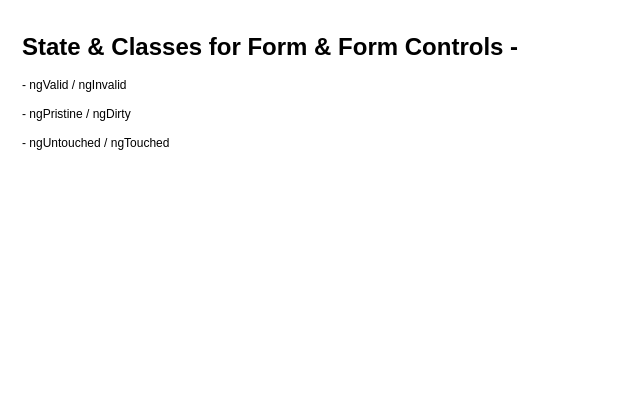
synergy2411/genpact-dec21 keeps this draw.io diagram as page "forms" (7 of 7) of diagrams.drawio. Above is the earlier version. Source tidied: cells renumbered, new cells numbered last; positions are measured from the earlier drawing's top-left corner, leaving out a move shared by most shapes. Both pictures are drawn from the tidied source at 100%, with x=0, y=0 at pixel (17, 27).
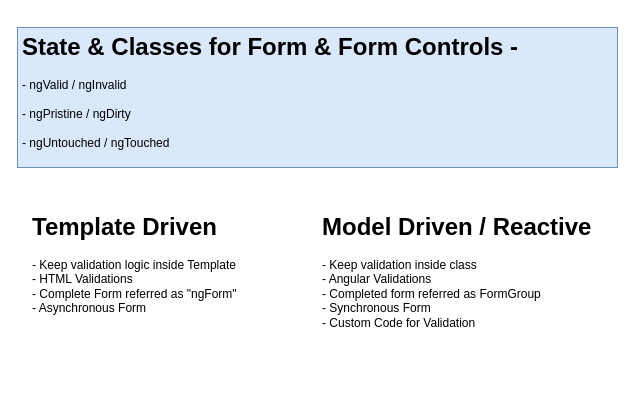
The same diagram, later.

Commit message (it also covers changes not shown here):
model driven form added

Change to the diagram source:
```diff
@@
 <mxGraphModel>
   <root>
     <mxCell id="0" />
     <mxCell id="1" parent="0" />
-    <mxCell id="2" value="&lt;h1&gt;State &amp;amp; Classes for Form &amp;amp; Form Controls -&lt;/h1&gt;&lt;div&gt;- ngValid / ngInvalid&lt;/div&gt;&lt;div&gt;&lt;br&gt;&lt;/div&gt;&lt;div&gt;- ngPristine / ngDirty&lt;/div&gt;&lt;div&gt;&lt;br&gt;&lt;/div&gt;&lt;div&gt;- ngUntouched / ngTouched&lt;/div&gt;" style="text;html=1;strokeColor=none;fillColor=none;spacing=5;spacingTop=-20;whiteSpace=wrap;overflow=hidden;rounded=0;" parent="1" vertex="1">
-      <mxGeometry width="600" height="250" as="geometry" />
+    <mxCell id="2" value="&lt;h1&gt;State &amp;amp; Classes for Form &amp;amp; Form Controls -&lt;/h1&gt;&lt;div&gt;- ngValid / ngInvalid&lt;/div&gt;&lt;div&gt;&lt;br&gt;&lt;/div&gt;&lt;div&gt;- ngPristine / ngDirty&lt;/div&gt;&lt;div&gt;&lt;br&gt;&lt;/div&gt;&lt;div&gt;- ngUntouched / ngTouched&lt;/div&gt;" style="text;html=1;strokeColor=#6c8ebf;fillColor=#dae8fc;spacing=5;spacingTop=-20;whiteSpace=wrap;overflow=hidden;rounded=0;" parent="1" vertex="1">
+      <mxGeometry width="600" height="140" as="geometry" />
     </mxCell>
+    <mxCell id="3" value="&lt;h1&gt;Template Driven&lt;/h1&gt;&lt;div&gt;- Keep validation logic inside Template&lt;/div&gt;&lt;div&gt;- HTML Validations&lt;/div&gt;&lt;div&gt;- Complete Form referred as &quot;ngForm&quot;&lt;/div&gt;&lt;div&gt;- Asynchronous Form&lt;/div&gt;" style="text;html=1;strokeColor=none;fillColor=none;spacing=5;spacingTop=-20;whiteSpace=wrap;overflow=hidden;rounded=0;" parent="1" vertex="1">
+      <mxGeometry x="10" y="180" width="230" height="170" as="geometry" />
+    </mxCell>
+    <mxCell id="4" value="&lt;h1&gt;Model Driven / Reactive&lt;/h1&gt;&lt;div&gt;- Keep validation inside class&lt;/div&gt;&lt;div&gt;- Angular Validations&lt;/div&gt;&lt;div&gt;- Completed form referred as FormGroup&lt;/div&gt;&lt;div&gt;- Synchronous Form&lt;/div&gt;&lt;div&gt;- Custom Code for Validation&lt;/div&gt;" style="text;html=1;strokeColor=none;fillColor=none;spacing=5;spacingTop=-20;whiteSpace=wrap;overflow=hidden;rounded=0;" parent="1" vertex="1">
+      <mxGeometry x="300" y="180" width="290" height="170" as="geometry" />
+    </mxCell>
   </root>
 </mxGraphModel>
```
